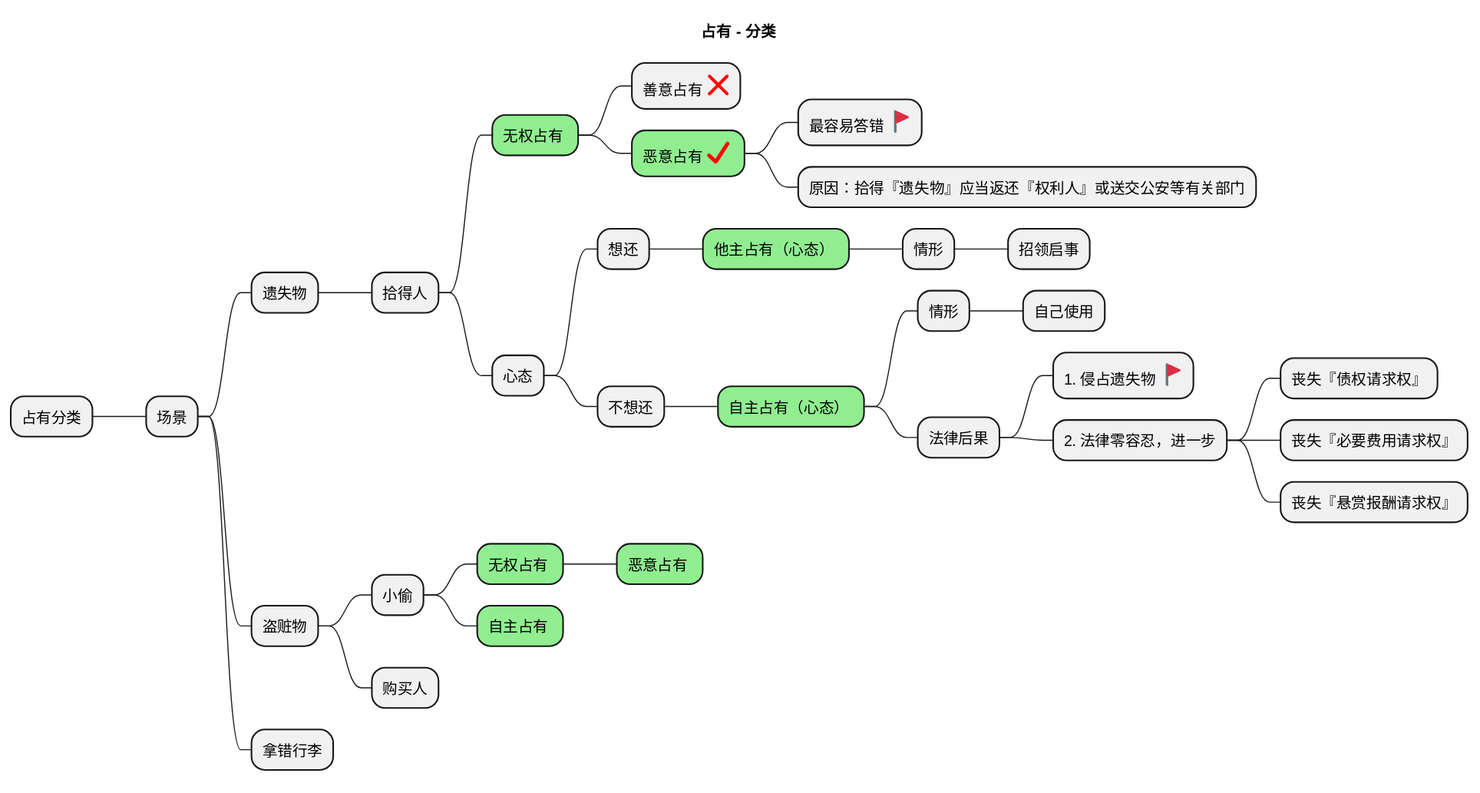
Before: assets/images/law/civil/占有-分类-场景.svg, a diagram exported from PlantUML (lsieun/lsieun.github.io).
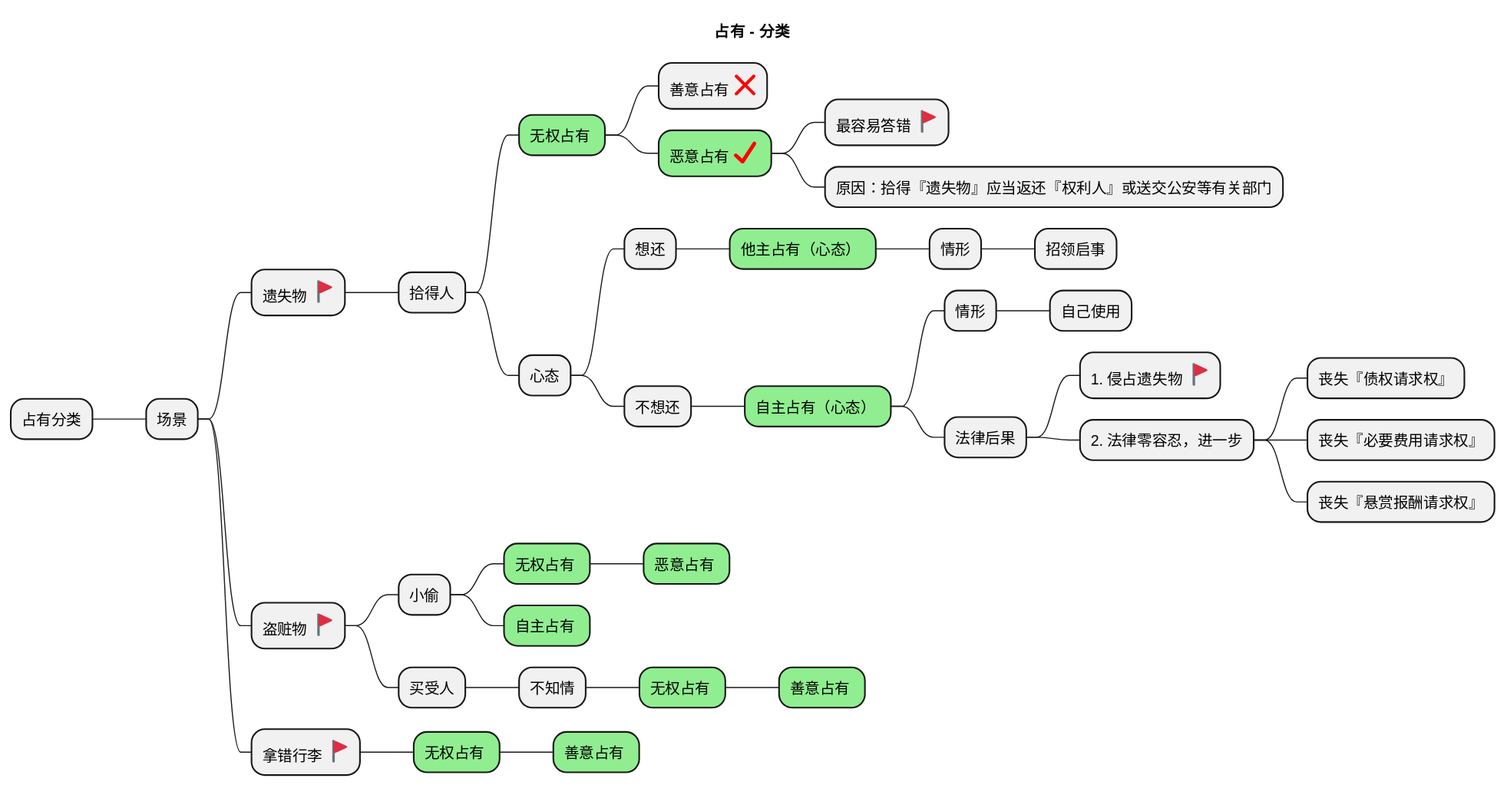
After the change.

Diff of the diagram source:
```diff
@@ -6,7 +6,7 @@
 
 * 占有分类
     * 场景
-        * 遗失物
+        * 遗失物 <:triangular_flag_on_post:>
             * 拾得人
                 * 无权占有 <<emphasis>>
                     * 善意占有 <#red:x:>
@@ -28,13 +28,18 @@
                                     * 丧失『债权请求权』
                                     * 丧失『必要费用请求权』
                                     * 丧失『悬赏报酬请求权』
-        * 盗赃物
+        * 盗赃物 <:triangular_flag_on_post:>
             * 小偷
                 * 无权占有 <<emphasis>>
                     * 恶意占有 <<emphasis>>
                 * 自主占有 <<emphasis>>
-            * 购买人
-        * 拿错行李
+            * 买受人
+                * 不知情
+                    * 无权占有 <<emphasis>>
+                        * 善意占有 <<emphasis>>
+        * 拿错行李 <:triangular_flag_on_post:>
+            * 无权占有 <<emphasis>>
+                * 善意占有 <<emphasis>>
 
 
 @endmindmap
```
